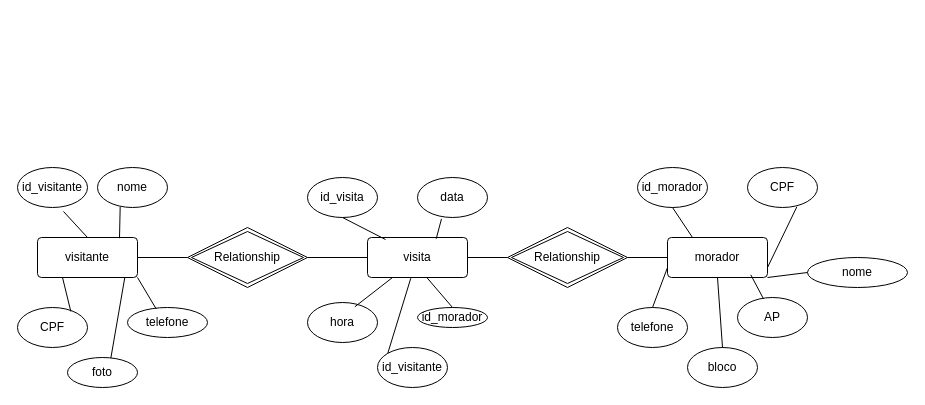
mrwire229/3ds keeps this draw.io diagram as Diagrama sem nome.drawio. Above is the earlier version. Source tidied: cells renumbered, new cells numbered last; positions are measured from the earlier drawing's top-left corner, leaving out a move shared by most shapes. Both pictures are drawn from the tidied source at 100%, with x=0, y=0 at pixel (17, 167).
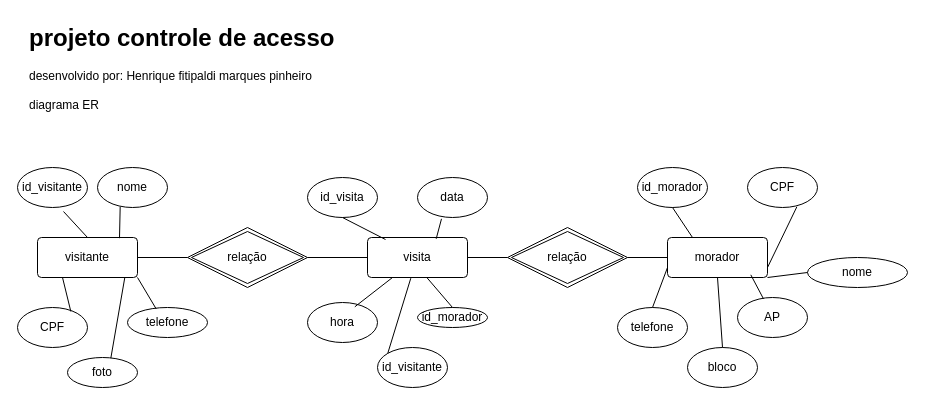
Above is the later version.

Diff of the diagram source:
```diff
@@
-    <mxCell id="5" value="Relationship" style="shape=rhombus;double=1;perimeter=rhombusPerimeter;whiteSpace=wrap;html=1;align=center;" parent="1" vertex="1">
+    <mxCell id="5" value="relação" style="shape=rhombus;double=1;perimeter=rhombusPerimeter;whiteSpace=wrap;html=1;align=center;" parent="1" vertex="1">
       <mxGeometry x="170" y="60" width="120" height="60" as="geometry" />
     </mxCell>
-    <mxCell id="6" value="Relationship" style="shape=rhombus;double=1;perimeter=rhombusPerimeter;whiteSpace=wrap;html=1;align=center;" parent="1" vertex="1">
+    <mxCell id="6" value="relação" style="shape=rhombus;double=1;perimeter=rhombusPerimeter;whiteSpace=wrap;html=1;align=center;" parent="1" vertex="1">
       <mxGeometry x="490" y="60" width="120" height="60" as="geometry" />
     </mxCell>
@@
+    <mxCell id="43" value="&lt;h1 style=&quot;margin-top: 0px;&quot;&gt;projeto controle de acesso&lt;/h1&gt;&lt;div&gt;desenvolvido por: Henrique fitipaldi marques pinheiro&lt;/div&gt;&lt;div&gt;&lt;br&gt;&lt;/div&gt;&lt;div&gt;diagrama ER&lt;/div&gt;" style="text;html=1;whiteSpace=wrap;overflow=hidden;rounded=0;" parent="1" vertex="1">
+      <mxGeometry x="10" y="-150" width="410" height="120" as="geometry" />
+    </mxCell>
```
